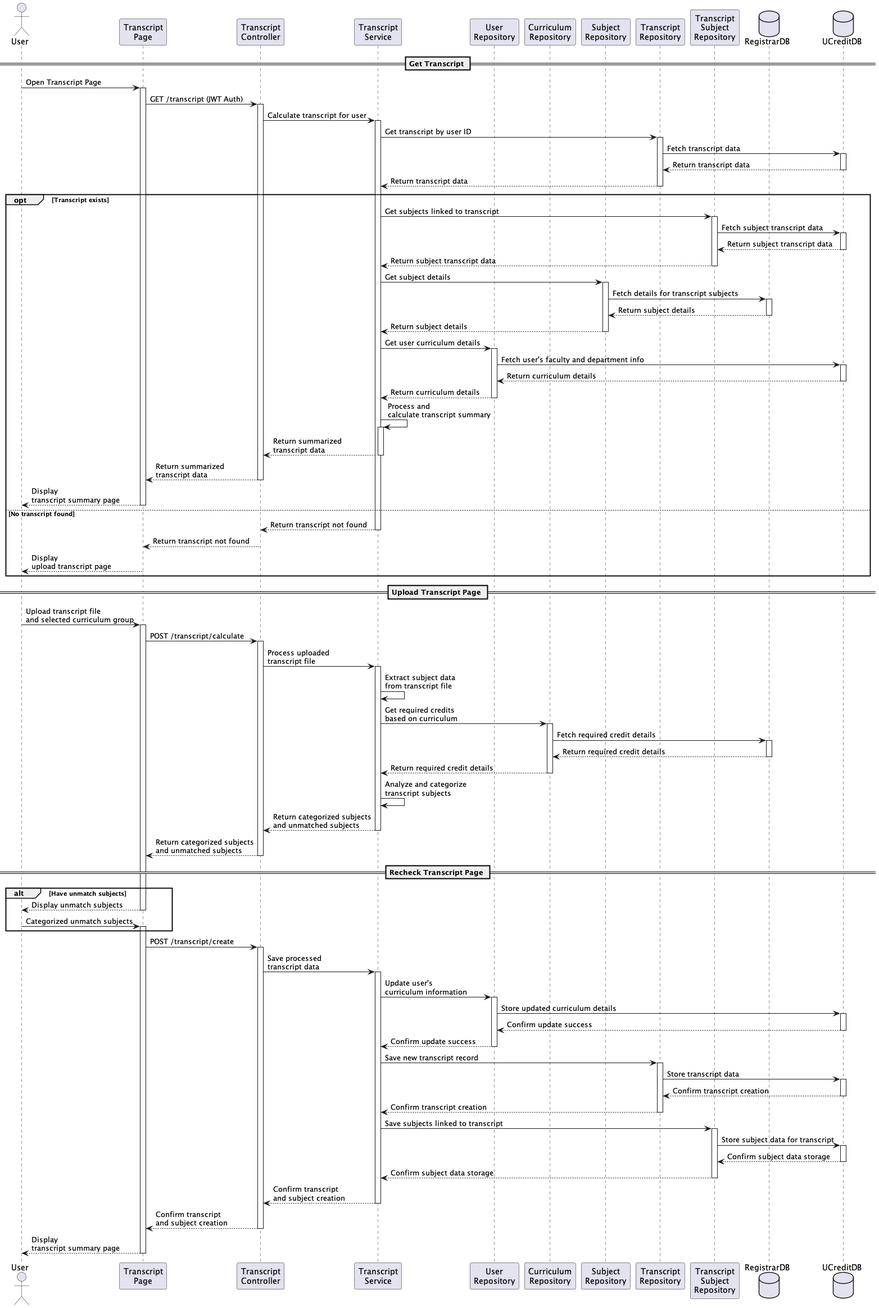
u-credit/solution keeps this PlantUML diagram as out/diagram/transcript-page-sequence-component/Transcript Page.png. Above is the earlier version.
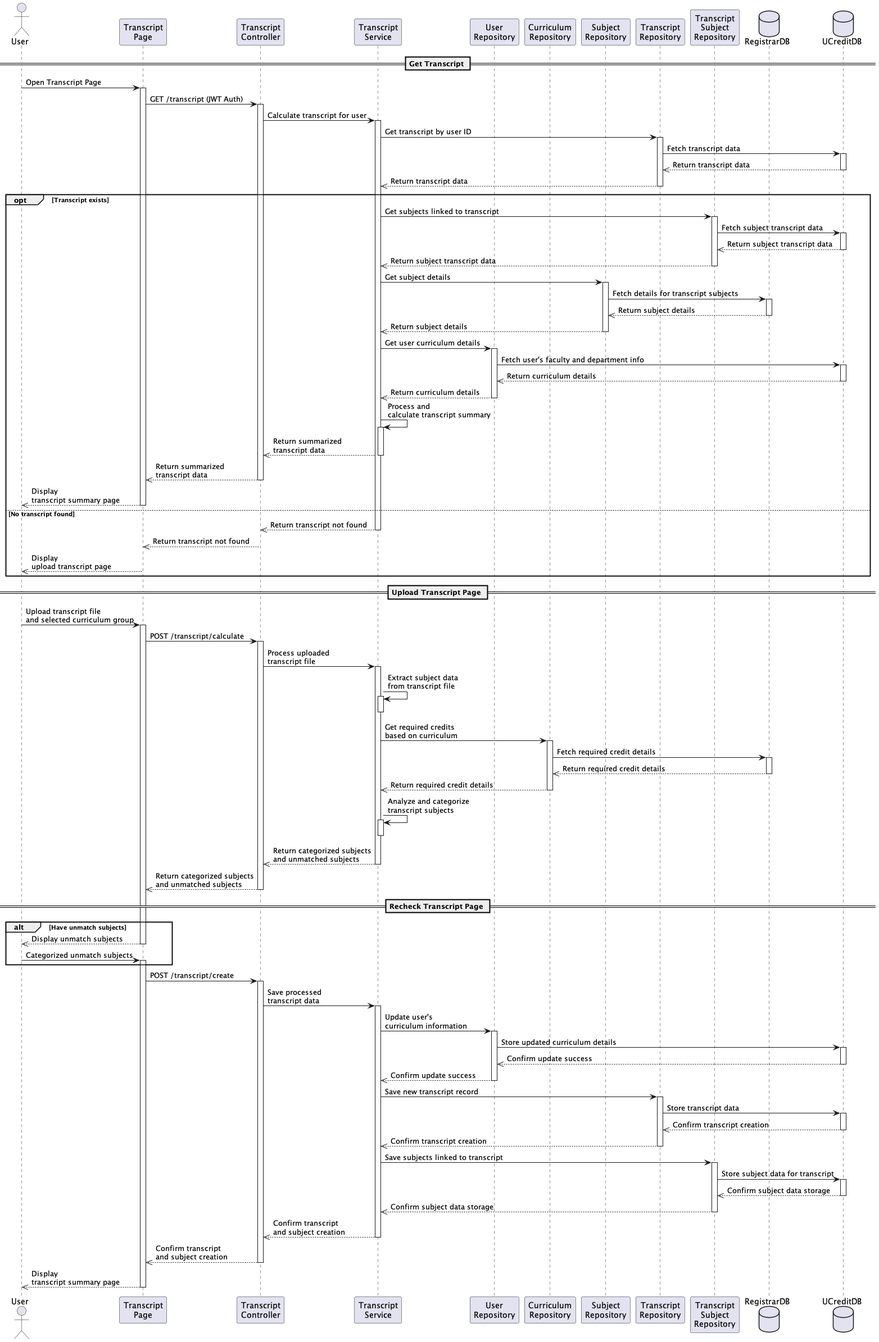
Above is the later version.

What changed in the source:
```diff
@@ -17,53 +17,55 @@
 Controller -> Service ++ : Calculate transcript for user
 Service -> TranscriptRepository ++ : Get transcript by user ID
 TranscriptRepository -> Ucredit ++ : Fetch transcript data
-Ucredit --> TranscriptRepository -- : Return transcript data
-TranscriptRepository --> Service -- : Return transcript data
+Ucredit -->> TranscriptRepository -- : Return transcript data
+TranscriptRepository -->> Service -- : Return transcript data
 
 opt Transcript exists
     Service -> TranscriptSubjectRepository ++ : Get subjects linked to transcript
     TranscriptSubjectRepository -> Ucredit ++ : Fetch subject transcript data
-    Ucredit --> TranscriptSubjectRepository -- : Return subject transcript data
-    TranscriptSubjectRepository --> Service -- : Return subject transcript data
+    Ucredit -->> TranscriptSubjectRepository -- : Return subject transcript data
+    TranscriptSubjectRepository -->> Service -- : Return subject transcript data
 
     Service -> SubjectRepository ++ : Get subject details
     SubjectRepository -> Reg ++ : Fetch details for transcript subjects
-    Reg --> SubjectRepository -- : Return subject details
-    SubjectRepository --> Service -- : Return subject details
+    Reg -->> SubjectRepository -- : Return subject details
+    SubjectRepository -->> Service -- : Return subject details
 
     Service -> UserRepository ++ : Get user curriculum details
     UserRepository -> Ucredit ++ : Fetch user's faculty and department info
-    Ucredit --> UserRepository -- : Return curriculum details
-    UserRepository --> Service -- : Return curriculum details
+    Ucredit -->> UserRepository -- : Return curriculum details
+    UserRepository -->> Service -- : Return curriculum details
 
     Service -> Service ++ : Process and\ncalculate transcript summary
-    Service --> Controller -- : Return summarized\ntranscript data
-    Controller --> Frontend -- : Return summarized\ntranscript data
-    Frontend --> User -- : Display\ntranscript summary page
+    Service -->> Controller -- : Return summarized\ntranscript data
+    Controller -->> Frontend -- : Return summarized\ntranscript data
+    Frontend -->> User -- : Display\ntranscript summary page
 else No transcript found
-    Service --> Controller -- : Return transcript not found
-    Controller --> Frontend -- : Return transcript not found
-    Frontend --> User -- : Display\nupload transcript page
+    Service -->> Controller -- : Return transcript not found
+    Controller -->> Frontend -- : Return transcript not found
+    Frontend -->> User -- : Display\nupload transcript page
 end
 
 == Upload Transcript Page ==
 User -> Frontend ++ : Upload transcript file\nand selected curriculum group
 Frontend -> Controller ++ : POST /transcript/calculate
 Controller -> Service ++ : Process uploaded\ntranscript file
-Service -> Service : Extract subject data\nfrom transcript file
+Service -> Service ++ : Extract subject data\nfrom transcript file
+deactivate
 
 Service -> CurriculumRepository ++ : Get required credits\nbased on curriculum
 CurriculumRepository -> Reg ++ : Fetch required credit details
-Reg --> CurriculumRepository -- : Return required credit details
-CurriculumRepository --> Service -- : Return required credit details
+Reg -->> CurriculumRepository -- : Return required credit details
+CurriculumRepository -->> Service -- : Return required credit details
 
-Service -> Service : Analyze and categorize\ntranscript subjects
-Service --> Controller -- : Return categorized subjects\nand unmatched subjects
-Controller --> Frontend -- : Return categorized subjects\nand unmatched subjects
+Service -> Service ++ : Analyze and categorize\ntranscript subjects
+deactivate
+Service -->> Controller -- : Return categorized subjects\nand unmatched subjects
+Controller -->> Frontend -- : Return categorized subjects\nand unmatched subjects
 
 == Recheck Transcript Page ==
 alt Have unmatch subjects
-    Frontend --> User -- : Display unmatch subjects
+    Frontend -->> User -- : Display unmatch subjects
     User -> Frontend ++ : Categorized unmatch subjects
 end
 
@@ -71,21 +73,21 @@
 Controller -> Service ++ : Save processed\ntranscript data
 Service -> UserRepository ++ : Update user's\ncurriculum information
 UserRepository -> Ucredit ++ : Store updated curriculum details
-Ucredit --> UserRepository -- : Confirm update success
-UserRepository --> Service -- : Confirm update success
+Ucredit -->> UserRepository -- : Confirm update success
+UserRepository -->> Service -- : Confirm update success
 
 Service -> TranscriptRepository ++ : Save new transcript record
 TranscriptRepository -> Ucredit ++ : Store transcript data
-Ucredit --> TranscriptRepository -- : Confirm transcript creation
-TranscriptRepository --> Service -- : Confirm transcript creation
+Ucredit -->> TranscriptRepository -- : Confirm transcript creation
+TranscriptRepository -->> Service -- : Confirm transcript creation
 
 Service -> TranscriptSubjectRepository ++ : Save subjects linked to transcript
 TranscriptSubjectRepository -> Ucredit ++ : Store subject data for transcript
-Ucredit --> TranscriptSubjectRepository -- : Confirm subject data storage
-TranscriptSubjectRepository --> Service -- : Confirm subject data storage
+Ucredit -->> TranscriptSubjectRepository -- : Confirm subject data storage
+TranscriptSubjectRepository -->> Service -- : Confirm subject data storage
 
-Service --> Controller -- : Confirm transcript\nand subject creation
-Controller --> Frontend -- : Confirm transcript\nand subject creation
-Frontend --> User -- : Display\ntranscript summary page
+Service -->> Controller -- : Confirm transcript\nand subject creation
+Controller -->> Frontend -- : Confirm transcript\nand subject creation
+Frontend -->> User -- : Display\ntranscript summary page
 
 @enduml
```
